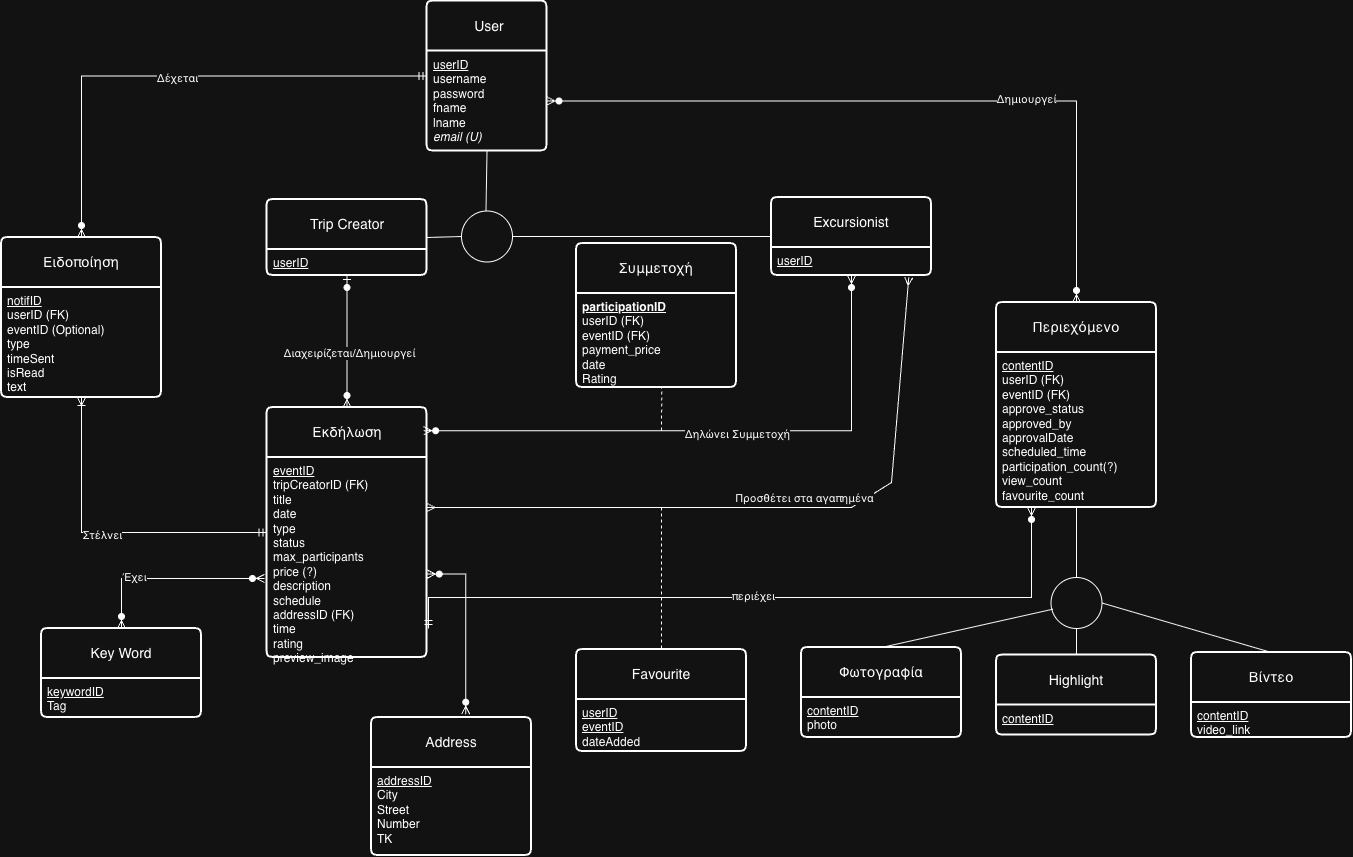
Earlier version of the draw.io export diagrams/DB/ER.png (SpyrosSiachamis/Travel-Platform-Project). Source tidied: cells renumbered, new cells last; positions are measured from the earlier drawing's top-left corner, leaving out a move shared by most shapes.
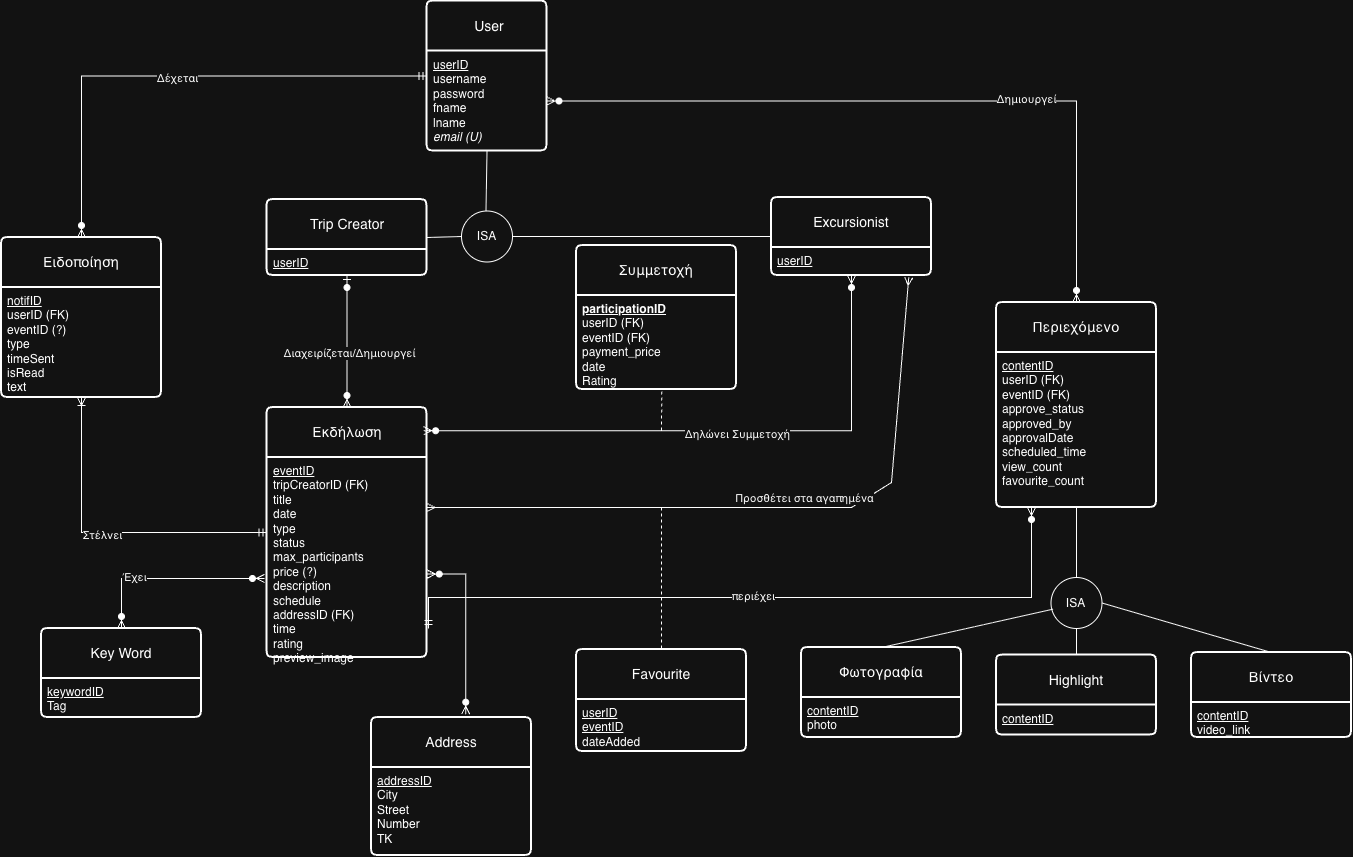
The same file after the commit.

Commit message:
Fixed ER diagram inconsistency

Change to the diagram source:
```diff
@@ -14,7 +14,7 @@
     <mxCell id="5" value="&lt;u&gt;userID&lt;/u&gt;" style="align=left;strokeColor=none;fillColor=none;spacingLeft=4;spacingRight=4;fontSize=12;verticalAlign=top;html=1;whiteSpace=wrap;" parent="4" vertex="1">
       <mxGeometry y="50" width="160" height="26" as="geometry" />
     </mxCell>
-    <mxCell id="6" style="ellipse;whiteSpace=wrap;html=1;" parent="1" vertex="1">
+    <mxCell id="6" value="ISA" style="ellipse;whiteSpace=wrap;html=1;" parent="1" vertex="1">
       <mxGeometry x="460" y="209.5" width="51" height="51" as="geometry" />
     </mxCell>
     <mxCell id="7" style="endArrow=none;html=1;rounded=0;exitX=1;exitY=0.5;exitDx=0;exitDy=0;entryX=0;entryY=0.5;entryDx=0;entryDy=0;" parent="1" edge="1" source="4" target="6">
@@ -55,10 +55,10 @@
     <mxCell id="18" value="Περιεχόμενο" style="swimlane;horizontal=1;startSize=50;rounded=1;fontSize=14;fontStyle=0;strokeWidth=2;shadow=0;dashed=0;align=center;arcSize=4;whiteSpace=wrap;html=1;" parent="1" vertex="1">
       <mxGeometry x="995" y="301" width="160" height="205" as="geometry" />
     </mxCell>
-    <mxCell id="19" value="&lt;u&gt;contentID&lt;/u&gt;&lt;div&gt;userID (FK)&lt;/div&gt;&lt;div&gt;eventID (FK)&lt;br&gt;&lt;div&gt;approve_status&lt;/div&gt;&lt;div&gt;approved_by&lt;/div&gt;&lt;div&gt;approvalDate&lt;br&gt;&lt;div&gt;scheduled_time&lt;/div&gt;&lt;div&gt;participation_count(?)&lt;/div&gt;&lt;div&gt;view_count&lt;/div&gt;&lt;div&gt;favourite_count&lt;/div&gt;&lt;/div&gt;&lt;/div&gt;" style="align=left;strokeColor=none;fillColor=none;spacingLeft=4;spacingRight=4;fontSize=12;verticalAlign=top;html=1;whiteSpace=wrap;" parent="18" vertex="1">
+    <mxCell id="19" value="&lt;u&gt;contentID&lt;/u&gt;&lt;div&gt;userID (FK)&lt;/div&gt;&lt;div&gt;eventID (FK)&lt;br&gt;&lt;div&gt;approve_status&lt;/div&gt;&lt;div&gt;approved_by&lt;/div&gt;&lt;div&gt;approvalDate&lt;br&gt;&lt;div&gt;scheduled_time&lt;/div&gt;&lt;div&gt;view_count&lt;/div&gt;&lt;div&gt;favourite_count&lt;/div&gt;&lt;/div&gt;&lt;/div&gt;" style="align=left;strokeColor=none;fillColor=none;spacingLeft=4;spacingRight=4;fontSize=12;verticalAlign=top;html=1;whiteSpace=wrap;" parent="18" vertex="1">
       <mxGeometry y="50" width="160" height="155" as="geometry" />
     </mxCell>
-    <mxCell id="20" style="ellipse;whiteSpace=wrap;html=1;" parent="1" vertex="1">
+    <mxCell id="20" value="ISA" style="ellipse;whiteSpace=wrap;html=1;" parent="1" vertex="1">
       <mxGeometry x="1049.5" y="576" width="51" height="51" as="geometry" />
     </mxCell>
     <mxCell id="21" style="endArrow=none;html=1;rounded=0;exitX=0.5;exitY=0;exitDx=0;exitDy=0;entryX=0.039;entryY=0.621;entryDx=0;entryDy=0;entryPerimeter=0;" parent="1" edge="1" source="24" target="20">
@@ -111,7 +111,7 @@
     <mxCell id="35" value="Ειδοποίηση" style="swimlane;horizontal=1;startSize=50;rounded=1;fontSize=14;fontStyle=0;strokeWidth=2;shadow=0;dashed=0;align=center;arcSize=4;whiteSpace=wrap;html=1;" parent="1" vertex="1">
       <mxGeometry y="236" width="160" height="160" as="geometry" />
     </mxCell>
-    <mxCell id="36" value="&lt;u&gt;notifID&lt;/u&gt;&lt;div&gt;userID (FK)&lt;br&gt;&lt;div&gt;eventID (Optional)&lt;/div&gt;&lt;div&gt;&lt;div&gt;type&lt;/div&gt;&lt;div&gt;timeSent&lt;/div&gt;&lt;div&gt;isRead&lt;/div&gt;&lt;div&gt;text&lt;/div&gt;&lt;/div&gt;&lt;/div&gt;" style="align=left;strokeColor=none;fillColor=none;spacingLeft=4;spacingRight=4;fontSize=12;verticalAlign=top;html=1;whiteSpace=wrap;" parent="35" vertex="1">
+    <mxCell id="36" value="&lt;u&gt;notifID&lt;/u&gt;&lt;div&gt;userID (FK)&lt;br&gt;&lt;div&gt;eventID (?)&lt;/div&gt;&lt;div&gt;&lt;div&gt;type&lt;/div&gt;&lt;div&gt;timeSent&lt;/div&gt;&lt;div&gt;isRead&lt;/div&gt;&lt;div&gt;text&lt;/div&gt;&lt;/div&gt;&lt;/div&gt;" style="align=left;strokeColor=none;fillColor=none;spacingLeft=4;spacingRight=4;fontSize=12;verticalAlign=top;html=1;whiteSpace=wrap;" parent="35" vertex="1">
       <mxGeometry y="50" width="160" height="110" as="geometry" />
     </mxCell>
     <mxCell id="37" style="edgeStyle=orthogonalEdgeStyle;fontSize=12;html=1;endArrow=ERzeroToMany;startArrow=ERmandOne;rounded=0;exitX=0;exitY=0.5;exitDx=0;exitDy=0;entryX=0.5;entryY=0;entryDx=0;entryDy=0;" parent="1" edge="1" source="2" target="35">
@@ -154,7 +154,7 @@
       <mxGeometry relative="1" as="geometry" />
     </mxCell>
     <mxCell id="50" value="Συμμετοχή" style="swimlane;horizontal=1;startSize=50;rounded=1;fontSize=14;fontStyle=0;strokeWidth=2;shadow=0;dashed=0;align=center;arcSize=4;whiteSpace=wrap;html=1;" parent="1" vertex="1">
-      <mxGeometry x="575" y="242" width="160" height="144" as="geometry" />
+      <mxGeometry x="575" y="244" width="160" height="144" as="geometry" />
     </mxCell>
     <mxCell id="51" value="&lt;b&gt;&lt;u&gt;participationID&lt;/u&gt;&lt;/b&gt;&lt;br&gt;userID (FK)&lt;div&gt;eventID (FK)&lt;/div&gt;&lt;div&gt;payment_price&lt;/div&gt;&lt;div&gt;date&lt;/div&gt;&lt;div&gt;Rating&lt;br&gt;&lt;/div&gt;" style="align=left;strokeColor=none;fillColor=none;spacingLeft=4;spacingRight=4;fontSize=12;verticalAlign=top;html=1;whiteSpace=wrap;" parent="50" vertex="1">
       <mxGeometry y="50" width="160" height="94" as="geometry" />
```
